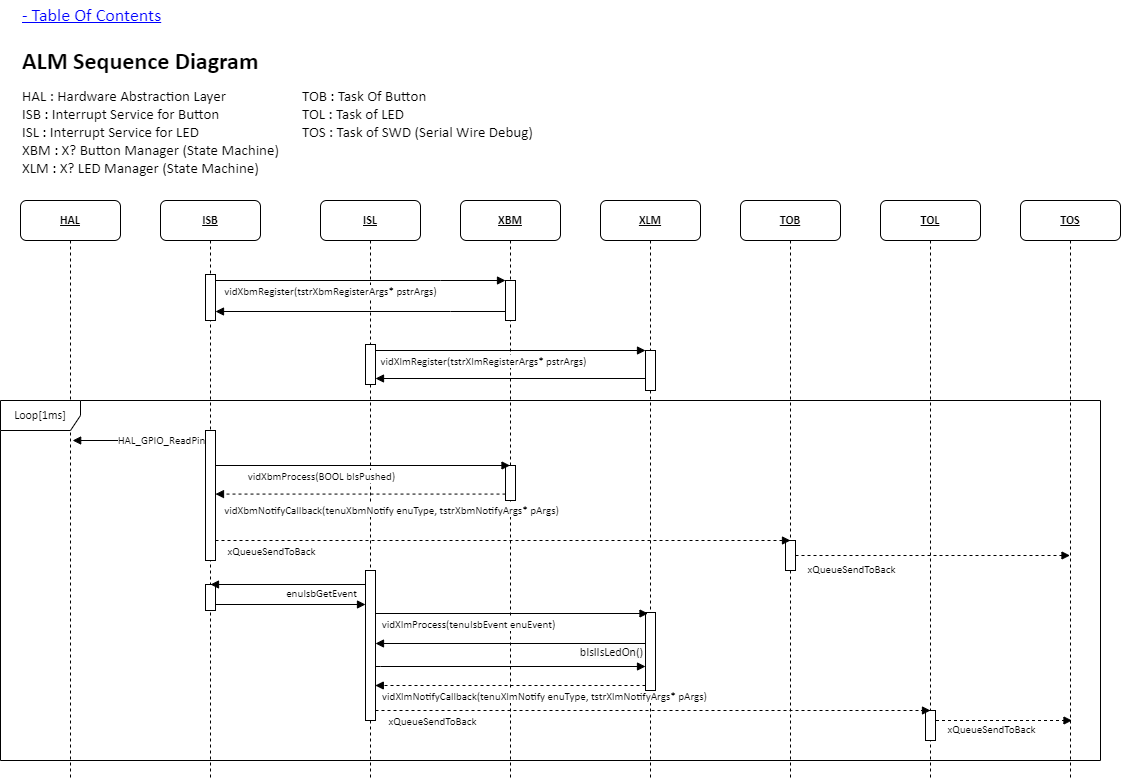
gtuja/CSC_MS keeps this draw.io diagram as Resources/Part2/Part2_ALM_SequenceDiagram.drawio.png. Above is the earlier version. Source tidied: cells renumbered, new cells last; positions are measured from the earlier drawing's top-left corner, leaving out a move shared by most shapes.
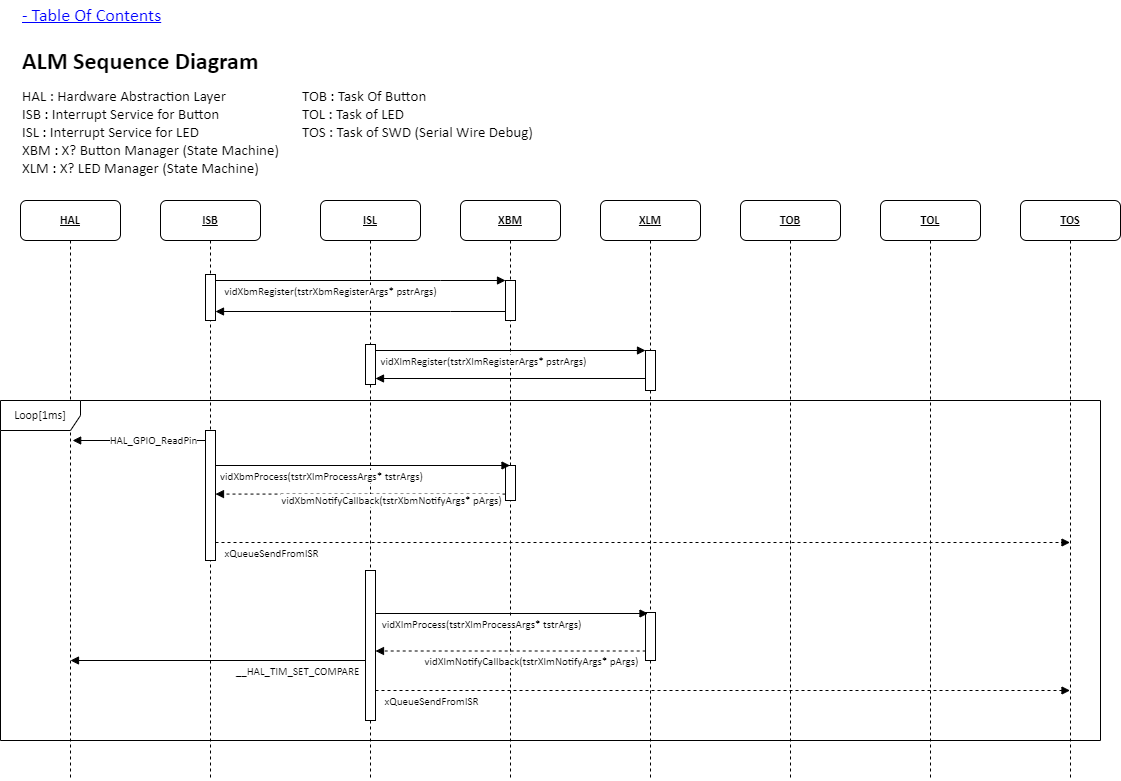
The same diagram one commit later.

Change to the diagram source:
```diff
@@ -30,9 +30,6 @@
     <mxCell id="9" value="TOB" style="shape=umlLifeline;perimeter=lifelinePerimeter;whiteSpace=wrap;html=1;rounded=1;shadow=0;comic=0;labelBackgroundColor=none;strokeWidth=1;fontFamily=Calibri;fontSize=12;align=center;fontStyle=5;" parent="1" vertex="1">
       <mxGeometry x="740" y="200" width="100" height="580" as="geometry" />
     </mxCell>
-    <mxCell id="10" style="html=1;points=[[0,0,0,0,5],[0,1,0,0,-5],[1,0,0,0,5],[1,1,0,0,-5]];perimeter=orthogonalPerimeter;outlineConnect=0;targetShapes=umlLifeline;portConstraint=eastwest;newEdgeStyle={&quot;curved&quot;:0,&quot;rounded&quot;:0};fontFamily=Calibri;" parent="9" vertex="1">
-      <mxGeometry x="45" y="340" width="10" height="30" as="geometry" />
-    </mxCell>
     <mxCell id="11" value="TOL" style="shape=umlLifeline;perimeter=lifelinePerimeter;whiteSpace=wrap;html=1;outlineConnect=0;rounded=1;shadow=0;comic=0;labelBackgroundColor=none;strokeWidth=1;fontFamily=Calibri;fontSize=12;align=center;fontStyle=5;" parent="1" vertex="1">
       <mxGeometry x="880" y="200" width="100" height="580" as="geometry" />
     </mxCell>
@@ -47,22 +44,12 @@
     </mxCell>
     <mxCell id="14" value="HAL_GPIO_ReadPin" style="edgeLabel;html=1;align=center;verticalAlign=middle;fontFamily=Calibri;" parent="13" vertex="1">
       <mxGeometry x="-0.16" y="-1" relative="1" as="geometry">
-        <mxPoint x="11" as="offset" />
+        <mxPoint x="3" as="offset" />
       </mxGeometry>
     </mxCell>
     <mxCell id="15" value="TOS" style="shape=umlLifeline;perimeter=lifelinePerimeter;whiteSpace=wrap;html=1;outlineConnect=0;rounded=1;shadow=0;comic=0;labelBackgroundColor=none;strokeWidth=1;fontFamily=Calibri;fontSize=12;align=center;fontStyle=5;" parent="1" vertex="1">
       <mxGeometry x="1020" y="200" width="100" height="580" as="geometry" />
     </mxCell>
-    <mxCell id="16" style="html=1;verticalAlign=bottom;labelBackgroundColor=none;endArrow=block;endFill=1;rounded=0;dashed=1;fontFamily=Calibri;" parent="15" edge="1" source="11">
-      <mxGeometry relative="1" as="geometry">
-        <mxPoint x="51.5" y="520" as="targetPoint" />
-      </mxGeometry>
-    </mxCell>
-    <mxCell id="17" value="xQueueSendToBack" style="edgeLabel;html=1;align=center;verticalAlign=middle;fontFamily=Calibri;" parent="16" vertex="1">
-      <mxGeometry x="-0.16" y="-1" relative="1" as="geometry">
-        <mxPoint x="1" y="7" as="offset" />
-      </mxGeometry>
-    </mxCell>
     <mxCell id="18" value="&lt;h1 style=&quot;margin-top: 0px;&quot;&gt;ALM Sequence Diagram&lt;/h1&gt;&lt;p&gt;&lt;br&gt;&lt;/p&gt;&lt;p&gt;&lt;br&gt;&lt;/p&gt;" style="text;html=1;whiteSpace=wrap;overflow=hidden;rounded=0;fontFamily=Calibri;" parent="1" vertex="1">
       <mxGeometry x="20" y="40" width="420" height="50" as="geometry" />
     </mxCell>
@@ -106,7 +93,7 @@
         <mxPoint x="509.5" y="465" as="targetPoint" />
       </mxGeometry>
     </mxCell>
-    <mxCell id="27" value="vidXbmProcess(BOOL bIsPushed)" style="edgeLabel;html=1;align=center;verticalAlign=middle;fontFamily=Calibri;" parent="26" vertex="1">
+    <mxCell id="27" value="vidXbmProcess(tstrXlmProcessArgs* tstrArgs)" style="edgeLabel;html=1;align=center;verticalAlign=middle;fontFamily=Calibri;" parent="26" vertex="1">
       <mxGeometry x="-0.16" y="-1" relative="1" as="geometry">
         <mxPoint x="-15" y="9" as="offset" />
       </mxGeometry>
@@ -120,34 +107,11 @@
         <mxPoint x="215" y="493.6" as="targetPoint" />
       </mxGeometry>
     </mxCell>
-    <mxCell id="30" value="vidXbmNotifyCallback(tenuXbmNotify enuType, tstrXbmNotifyArgs* pArgs)" style="edgeLabel;html=1;align=center;verticalAlign=middle;fontFamily=Calibri;" parent="29" vertex="1">
+    <mxCell id="30" value="vidXbmNotifyCallback(tstrXbmNotifyArgs* pArgs)" style="edgeLabel;html=1;align=center;verticalAlign=middle;fontFamily=Calibri;" parent="29" vertex="1">
       <mxGeometry x="-0.16" y="-1" relative="1" as="geometry">
-        <mxPoint x="7" y="17" as="offset" />
+        <mxPoint x="7" y="7" as="offset" />
       </mxGeometry>
     </mxCell>
-    <mxCell id="31" style="html=1;verticalAlign=bottom;labelBackgroundColor=none;endArrow=block;endFill=1;rounded=0;fontFamily=Calibri;" parent="1" edge="1">
-      <mxGeometry relative="1" as="geometry">
-        <mxPoint x="205" y="604" as="sourcePoint" />
-        <mxPoint x="365" y="604" as="targetPoint" />
-        <Array as="points">
-          <mxPoint x="275.5" y="604" />
-        </Array>
-      </mxGeometry>
-    </mxCell>
-    <mxCell id="32" style="html=1;perimeter=orthogonalPerimeter;targetShapes=umlLifeline;newEdgeStyle={&quot;curved&quot;:0,&quot;rounded&quot;:0};fontFamily=Calibri;" parent="1" vertex="1">
-      <mxGeometry x="205" y="584" width="10" height="26" as="geometry" />
-    </mxCell>
-    <mxCell id="33" style="html=1;verticalAlign=bottom;labelBackgroundColor=none;endArrow=block;endFill=1;rounded=0;fontFamily=Calibri;" parent="1" edge="1">
-      <mxGeometry relative="1" as="geometry">
-        <mxPoint x="365" y="584" as="sourcePoint" />
-        <mxPoint x="210" y="584" as="targetPoint" />
-      </mxGeometry>
-    </mxCell>
-    <mxCell id="34" value="enuIsbGetEvent" style="edgeLabel;html=1;align=center;verticalAlign=middle;fontFamily=Calibri;" parent="33" vertex="1">
-      <mxGeometry x="-0.16" y="-1" relative="1" as="geometry">
-        <mxPoint x="20" y="9" as="offset" />
-      </mxGeometry>
-    </mxCell>
     <mxCell id="35" style="html=1;verticalAlign=bottom;labelBackgroundColor=none;endArrow=block;endFill=1;rounded=0;fontFamily=Calibri;" parent="1" edge="1" target="19">
       <mxGeometry relative="1" as="geometry">
         <mxPoint x="645" y="378" as="sourcePoint" />
@@ -155,39 +119,28 @@
     </mxCell>
     <mxCell id="36" style="html=1;verticalAlign=bottom;labelBackgroundColor=none;endArrow=block;endFill=1;rounded=0;dashed=1;fontFamily=Calibri;" parent="1" edge="1">
       <mxGeometry relative="1" as="geometry">
-        <mxPoint x="645" y="685" as="sourcePoint" />
-        <mxPoint x="374.8" y="685" as="targetPoint" />
+        <mxPoint x="645.2" y="650.5" as="sourcePoint" />
+        <mxPoint x="375" y="650.5" as="targetPoint" />
       </mxGeometry>
     </mxCell>
-    <mxCell id="37" value="vidXlmNotifyCallback(tenuXlmNotify enuType, tstrXlmNotifyArgs* pArgs)" style="edgeLabel;html=1;align=center;verticalAlign=middle;fontFamily=Calibri;" parent="36" vertex="1">
+    <mxCell id="37" value="vidXlmNotifyCallback(tstrXlmNotifyArgs* pArgs)" style="edgeLabel;html=1;align=center;verticalAlign=middle;fontFamily=Calibri;" parent="36" vertex="1">
       <mxGeometry x="-0.16" y="-1" relative="1" as="geometry">
-        <mxPoint x="11" y="11" as="offset" />
+        <mxPoint x="-2" y="11" as="offset" />
       </mxGeometry>
     </mxCell>
-    <mxCell id="38" style="html=1;verticalAlign=bottom;labelBackgroundColor=none;endArrow=block;endFill=1;rounded=0;dashed=1;fontFamily=Calibri;" parent="1" edge="1" source="10" target="15">
-      <mxGeometry relative="1" as="geometry" />
-    </mxCell>
-    <mxCell id="39" value="xQueueSendToBack" style="edgeLabel;html=1;align=center;verticalAlign=middle;fontFamily=Calibri;" parent="38" vertex="1">
-      <mxGeometry x="-0.16" y="-1" relative="1" as="geometry">
-        <mxPoint x="-60" y="12" as="offset" />
-      </mxGeometry>
-    </mxCell>
-    <mxCell id="40" style="html=1;perimeter=orthogonalPerimeter;targetShapes=umlLifeline;newEdgeStyle={&quot;curved&quot;:0,&quot;rounded&quot;:0};fontFamily=Calibri;" parent="1" vertex="1">
-      <mxGeometry x="925" y="710" width="10" height="30" as="geometry" />
-    </mxCell>
     <mxCell id="41" style="html=1;verticalAlign=bottom;labelBackgroundColor=none;endArrow=block;endFill=1;rounded=0;exitX=0.985;exitY=0.923;exitDx=0;exitDy=0;exitPerimeter=0;dashed=1;fontFamily=Calibri;" parent="1" edge="1">
       <mxGeometry relative="1" as="geometry">
-        <mxPoint x="375" y="710" as="sourcePoint" />
-        <mxPoint x="930" y="710" as="targetPoint" />
+        <mxPoint x="375" y="690" as="sourcePoint" />
+        <mxPoint x="1069.5" y="690" as="targetPoint" />
       </mxGeometry>
     </mxCell>
-    <mxCell id="42" value="xQueueSendToBack" style="edgeLabel;html=1;align=center;verticalAlign=middle;fontFamily=Calibri;" parent="41" vertex="1">
+    <mxCell id="42" value="xQueueSendFromISR" style="edgeLabel;html=1;align=center;verticalAlign=middle;fontFamily=Calibri;" parent="41" vertex="1">
       <mxGeometry x="-0.16" y="-1" relative="1" as="geometry">
-        <mxPoint x="-177" y="9" as="offset" />
+        <mxPoint x="-237" y="9" as="offset" />
       </mxGeometry>
     </mxCell>
     <mxCell id="43" value="Loop[1ms]" style="shape=umlFrame;whiteSpace=wrap;html=1;width=80;height=30;fontFamily=Calibri;" parent="1" vertex="1">
-      <mxGeometry y="400" width="1100" height="360" as="geometry" />
+      <mxGeometry y="400" width="1100" height="340" as="geometry" />
     </mxCell>
     <mxCell id="44" value="&lt;span style=&quot;font-size: 15px;&quot;&gt;HAL : Hardware Abstraction Layer&lt;/span&gt;&lt;div style=&quot;font-size: 15px;&quot;&gt;&lt;span style=&quot;font-size: 15px;&quot;&gt;ISB : Interrupt Service for Button&lt;/span&gt;&lt;/div&gt;&lt;div style=&quot;font-size: 15px;&quot;&gt;&lt;div style=&quot;font-size: 15px;&quot;&gt;&lt;span style=&quot;font-size: 15px;&quot;&gt;ISL : Interrupt Service for LED&lt;/span&gt;&lt;/div&gt;&lt;div style=&quot;font-size: 15px;&quot;&gt;&lt;span style=&quot;font-size: 15px;&quot;&gt;XBM : X? Button Manager (State Machine)&lt;/span&gt;&lt;/div&gt;&lt;div style=&quot;font-size: 15px;&quot;&gt;&lt;span style=&quot;font-size: 15px;&quot;&gt;XLM : X? LED Manager&amp;nbsp;&lt;/span&gt;(State Machine)&lt;/div&gt;&lt;/div&gt;&lt;div style=&quot;font-size: 15px;&quot;&gt;&lt;span style=&quot;font-size: 15px;&quot;&gt;&lt;br style=&quot;font-size: 15px;&quot;&gt;&lt;/span&gt;&lt;/div&gt;" style="text;html=1;align=left;verticalAlign=top;whiteSpace=wrap;rounded=0;fontFamily=Calibri;labelBackgroundColor=default;fontSize=15;" parent="1" vertex="1">
       <mxGeometry x="20" y="80" width="260" height="110" as="geometry" />
@@ -199,52 +152,42 @@
       <mxGeometry x="20" width="240" height="30" as="geometry" />
     </mxCell>
     <mxCell id="47" style="html=1;perimeter=orthogonalPerimeter;targetShapes=umlLifeline;newEdgeStyle={&quot;curved&quot;:0,&quot;rounded&quot;:0};fontFamily=Calibri;" parent="1" vertex="1">
-      <mxGeometry x="645" y="612" width="10" height="78" as="geometry" />
+      <mxGeometry x="645" y="612" width="10" height="48" as="geometry" />
     </mxCell>
-    <mxCell id="48" style="html=1;verticalAlign=bottom;labelBackgroundColor=none;endArrow=block;endFill=1;rounded=0;fontFamily=Calibri;" parent="1" edge="1">
-      <mxGeometry relative="1" as="geometry">
-        <mxPoint x="645" y="643" as="sourcePoint" />
-        <mxPoint x="375" y="643" as="targetPoint" />
-      </mxGeometry>
-    </mxCell>
-    <mxCell id="49" value="&lt;span style=&quot;font-size: 12px; text-align: left; background-color: rgb(251, 251, 251);&quot;&gt;bIslIsLedOn()&lt;/span&gt;" style="edgeLabel;html=1;align=center;verticalAlign=middle;fontFamily=Calibri;" parent="48" vertex="1">
-      <mxGeometry x="-0.16" y="-1" relative="1" as="geometry">
-        <mxPoint x="78" y="9" as="offset" />
-      </mxGeometry>
-    </mxCell>
     <mxCell id="50" style="html=1;verticalAlign=bottom;labelBackgroundColor=none;endArrow=block;endFill=1;rounded=0;fontFamily=Calibri;" parent="1" edge="1">
       <mxGeometry relative="1" as="geometry">
         <mxPoint x="372.5" y="613" as="sourcePoint" />
         <mxPoint x="647.5" y="613" as="targetPoint" />
       </mxGeometry>
     </mxCell>
-    <mxCell id="51" value="vidXlmProcess(tenuIsbEvent enuEvent)" style="edgeLabel;html=1;align=center;verticalAlign=middle;fontFamily=Calibri;" parent="50" vertex="1">
+    <mxCell id="51" value="vidXlmProcess(tstrXlmProcessArgs* tstrArgs)" style="edgeLabel;html=1;align=center;verticalAlign=middle;fontFamily=Calibri;" parent="50" vertex="1">
       <mxGeometry x="-0.16" y="-1" relative="1" as="geometry">
-        <mxPoint x="-20" y="9" as="offset" />
+        <mxPoint x="-7" y="9" as="offset" />
       </mxGeometry>
     </mxCell>
     <mxCell id="52" style="html=1;points=[[0,0,0,0,5],[0,1,0,0,-5],[1,0,0,0,5],[1,1,0,0,-5]];perimeter=orthogonalPerimeter;outlineConnect=0;targetShapes=umlLifeline;portConstraint=eastwest;newEdgeStyle={&quot;curved&quot;:0,&quot;rounded&quot;:0};fontFamily=Calibri;" parent="1" vertex="1">
       <mxGeometry x="365" y="570" width="10" height="150" as="geometry" />
     </mxCell>
-    <mxCell id="53" style="html=1;verticalAlign=bottom;labelBackgroundColor=none;endArrow=block;endFill=1;rounded=0;fontFamily=Calibri;" parent="1" edge="1">
-      <mxGeometry relative="1" as="geometry">
-        <mxPoint x="375" y="666" as="sourcePoint" />
-        <mxPoint x="645" y="666" as="targetPoint" />
-        <Array as="points">
-          <mxPoint x="380" y="666" />
-        </Array>
-      </mxGeometry>
-    </mxCell>
-    <mxCell id="54" style="html=1;verticalAlign=bottom;labelBackgroundColor=none;endArrow=block;endFill=1;rounded=0;exitX=0.985;exitY=0.923;exitDx=0;exitDy=0;exitPerimeter=0;dashed=1;fontFamily=Calibri;" parent="1" edge="1">
-      <mxGeometry relative="1" as="geometry">
-        <mxPoint x="215" y="540" as="sourcePoint" />
-        <mxPoint x="790" y="540" as="targetPoint" />
-      </mxGeometry>
-    </mxCell>
-    <mxCell id="55" value="xQueueSendToBack" style="edgeLabel;html=1;align=center;verticalAlign=middle;fontFamily=Calibri;" parent="54" vertex="1">
-      <mxGeometry x="-0.16" y="-1" relative="1" as="geometry">
-        <mxPoint x="-186" y="9" as="offset" />
-      </mxGeometry>
-    </mxCell>
+    <mxCell id="56" style="html=1;verticalAlign=bottom;labelBackgroundColor=none;endArrow=block;endFill=1;rounded=0;dashed=1;fontFamily=Calibri;" parent="1" edge="1">
+      <mxGeometry relative="1" as="geometry">
+        <mxPoint x="215" y="542" as="sourcePoint" />
+        <mxPoint x="1069.5" y="542" as="targetPoint" />
+      </mxGeometry>
+    </mxCell>
+    <mxCell id="57" value="xQueueSendFromISR" style="edgeLabel;html=1;align=center;verticalAlign=middle;fontFamily=Calibri;" parent="56" vertex="1">
+      <mxGeometry x="-0.16" y="-1" relative="1" as="geometry">
+        <mxPoint x="-304" y="9" as="offset" />
+      </mxGeometry>
+    </mxCell>
+    <mxCell id="58" style="html=1;verticalAlign=bottom;labelBackgroundColor=none;endArrow=block;endFill=1;rounded=0;fontFamily=Calibri;" parent="1" edge="1" source="52">
+      <mxGeometry relative="1" as="geometry">
+        <mxPoint x="70" y="660" as="targetPoint" />
+      </mxGeometry>
+    </mxCell>
+    <mxCell id="59" value="__HAL_TIM_SET_COMPARE" style="edgeLabel;html=1;align=center;verticalAlign=middle;fontFamily=Calibri;" parent="58" vertex="1">
+      <mxGeometry x="-0.16" y="-1" relative="1" as="geometry">
+        <mxPoint x="55" y="11" as="offset" />
+      </mxGeometry>
+    </mxCell>
   </root>
 </mxGraphModel>
```
